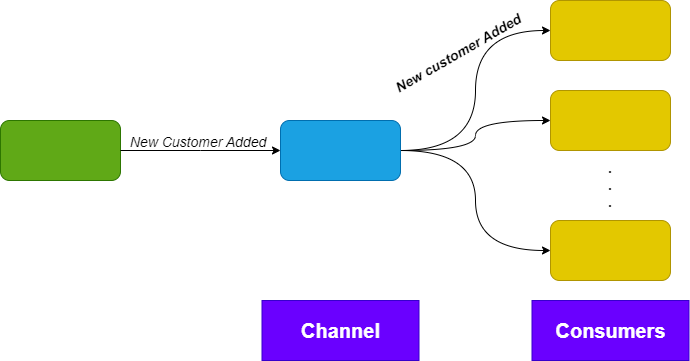
Above: Channel.drawio.png in smitbmx/Architecture-Diagrams (draw.io), before the change. Source tidied: cells renumbered, new cells last; positions are measured from the earlier drawing's top-left corner, leaving out a move shared by most shapes. Source of this version:
```xml
<mxGraphModel>
  <root>
    <mxCell id="0" />
    <mxCell id="1" parent="0" />
    <mxCell id="2" style="rounded=1;whiteSpace=wrap;html=1;fillColor=#60a917;strokeColor=#2D7600;fontColor=#ffffff;" parent="1" vertex="1">
      <mxGeometry y="120" width="120" height="60" as="geometry" />
    </mxCell>
    <mxCell id="3" style="edgeStyle=orthogonalEdgeStyle;rounded=0;jettySize=auto;html=1;exitX=1;exitY=0.5;exitDx=0;exitDy=0;entryX=0;entryY=0.5;entryDx=0;entryDy=0;curved=1;" parent="1" edge="1" source="6" target="7">
      <mxGeometry relative="1" as="geometry" />
    </mxCell>
    <mxCell id="4" style="edgeStyle=orthogonalEdgeStyle;curved=1;rounded=0;jettySize=auto;html=1;exitX=1;exitY=0.5;exitDx=0;exitDy=0;entryX=0;entryY=0.5;entryDx=0;entryDy=0;" parent="1" edge="1" source="6" target="8">
      <mxGeometry relative="1" as="geometry" />
    </mxCell>
    <mxCell id="5" style="edgeStyle=orthogonalEdgeStyle;curved=1;rounded=0;jettySize=auto;html=1;exitX=1;exitY=0.5;exitDx=0;exitDy=0;entryX=0;entryY=0.5;entryDx=0;entryDy=0;" parent="1" edge="1" source="6" target="9">
      <mxGeometry relative="1" as="geometry" />
    </mxCell>
    <mxCell id="6" style="rounded=1;whiteSpace=wrap;html=1;fillColor=#1ba1e2;fontColor=#ffffff;strokeColor=#006EAF;" parent="1" vertex="1">
      <mxGeometry x="280" y="120" width="120" height="60" as="geometry" />
    </mxCell>
    <mxCell id="7" style="rounded=1;whiteSpace=wrap;html=1;fillColor=#e3c800;fontColor=#000000;strokeColor=#B09500;" parent="1" vertex="1">
      <mxGeometry x="550" width="120" height="60" as="geometry" />
    </mxCell>
    <mxCell id="8" style="rounded=1;whiteSpace=wrap;html=1;fillColor=#e3c800;fontColor=#000000;strokeColor=#B09500;" parent="1" vertex="1">
      <mxGeometry x="550" y="90" width="120" height="60" as="geometry" />
    </mxCell>
    <mxCell id="9" style="rounded=1;whiteSpace=wrap;html=1;fillColor=#e3c800;fontColor=#000000;strokeColor=#B09500;" parent="1" vertex="1">
      <mxGeometry x="550" y="220" width="120" height="60" as="geometry" />
    </mxCell>
    <mxCell id="10" style="endArrow=classic;html=1;rounded=0;exitX=1;exitY=0.5;exitDx=0;exitDy=0;entryX=0;entryY=0.5;entryDx=0;entryDy=0;" parent="1" edge="1" source="2" target="6">
      <mxGeometry relative="1" as="geometry">
        <Array as="points">
          <mxPoint x="200" y="150" />
        </Array>
      </mxGeometry>
    </mxCell>
    <mxCell id="11" value="&lt;b style=&quot;font-size: 14px;&quot;&gt;.&lt;br style=&quot;font-size: 14px;&quot;&gt;.&lt;br style=&quot;font-size: 14px;&quot;&gt;.&lt;br style=&quot;font-size: 14px;&quot;&gt;&lt;/b&gt;" style="text;html=1;strokeColor=none;fillColor=none;align=center;verticalAlign=middle;whiteSpace=wrap;rounded=0;fontSize=14;" parent="1" vertex="1">
      <mxGeometry x="580" y="170" width="60" height="30" as="geometry" />
    </mxCell>
    <mxCell id="12" value="New Customer Added" style="text;html=1;strokeColor=none;fillColor=none;align=center;verticalAlign=middle;whiteSpace=wrap;rounded=0;fontSize=14;fontStyle=2;" parent="1" vertex="1">
      <mxGeometry x="123" y="127" width="150" height="30" as="geometry" />
    </mxCell>
    <mxCell id="13" value="&lt;b&gt;&lt;font style=&quot;font-size: 20px;&quot;&gt;Channel&lt;/font&gt;&lt;/b&gt;" style="rounded=0;whiteSpace=wrap;html=1;fontSize=14;fillColor=#6a00ff;strokeColor=#3700CC;fontColor=#ffffff;" parent="1" vertex="1">
      <mxGeometry x="261.5" y="300" width="157" height="60" as="geometry" />
    </mxCell>
    <mxCell id="14" value="&lt;b&gt;&lt;font style=&quot;font-size: 20px;&quot;&gt;Consumers&lt;/font&gt;&lt;/b&gt;" style="rounded=0;whiteSpace=wrap;html=1;fontSize=14;fillColor=#6a00ff;strokeColor=#3700CC;fontColor=#ffffff;" parent="1" vertex="1">
      <mxGeometry x="531.5" y="300" width="157" height="60" as="geometry" />
    </mxCell>
    <mxCell id="15" value="New customer Added" style="text;html=1;strokeColor=none;fillColor=none;align=center;verticalAlign=middle;whiteSpace=wrap;rounded=0;rotation=-30;fontStyle=3;fontSize=14;" parent="1" vertex="1">
      <mxGeometry x="383" y="37.5" width="150" height="30" as="geometry" />
    </mxCell>
  </root>
</mxGraphModel>
```
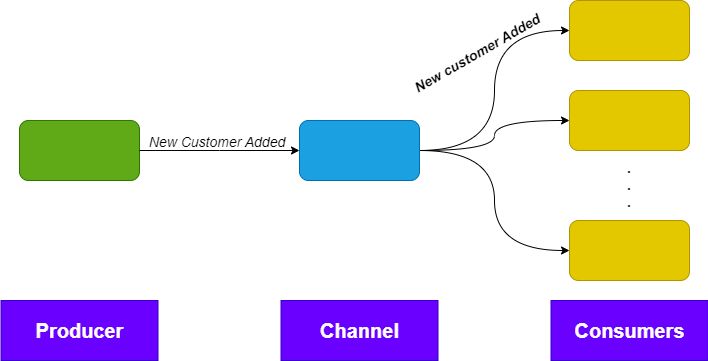
The same diagram one commit later.

Diff of the diagram source:
```diff
@@ -48,5 +48,8 @@
     <mxCell id="15" value="New customer Added" style="text;html=1;strokeColor=none;fillColor=none;align=center;verticalAlign=middle;whiteSpace=wrap;rounded=0;rotation=-30;fontStyle=3;fontSize=14;" parent="1" vertex="1">
       <mxGeometry x="383" y="37.5" width="150" height="30" as="geometry" />
     </mxCell>
+    <mxCell id="16" value="&lt;b&gt;&lt;font style=&quot;font-size: 20px;&quot;&gt;Producer&lt;/font&gt;&lt;/b&gt;" style="rounded=0;whiteSpace=wrap;html=1;fontSize=14;fillColor=#6a00ff;strokeColor=#3700CC;fontColor=#ffffff;" parent="1" vertex="1">
+      <mxGeometry x="-18.5" y="300" width="157" height="60" as="geometry" />
+    </mxCell>
   </root>
 </mxGraphModel>
```
